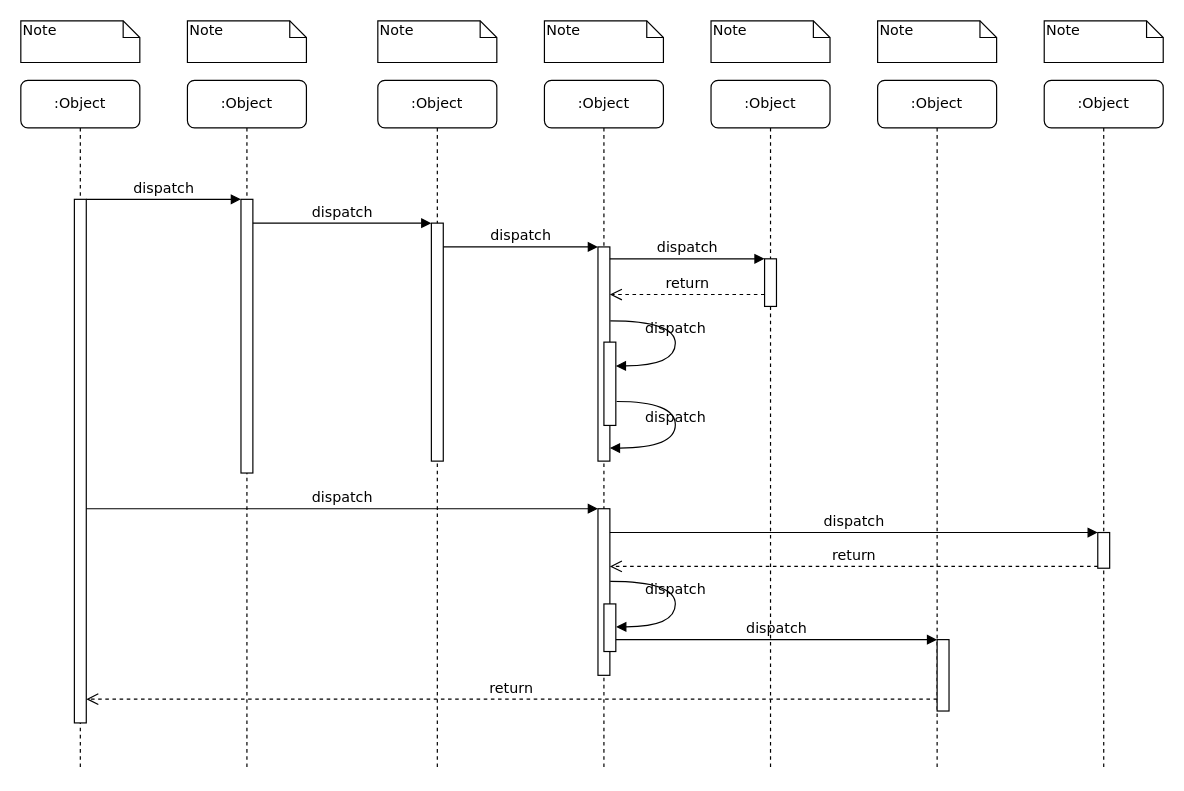
Above: 支付/Untitled Diagram.drawio in xiaoMzjm/drawio (draw.io), before the change. Source tidied: cells renumbered, new cells numbered last; positions are measured from the earlier drawing's top-left corner, leaving out a move shared by most shapes. Both pictures are drawn from the tidied source at 119%, with x=0, y=0 at pixel (20, 20).
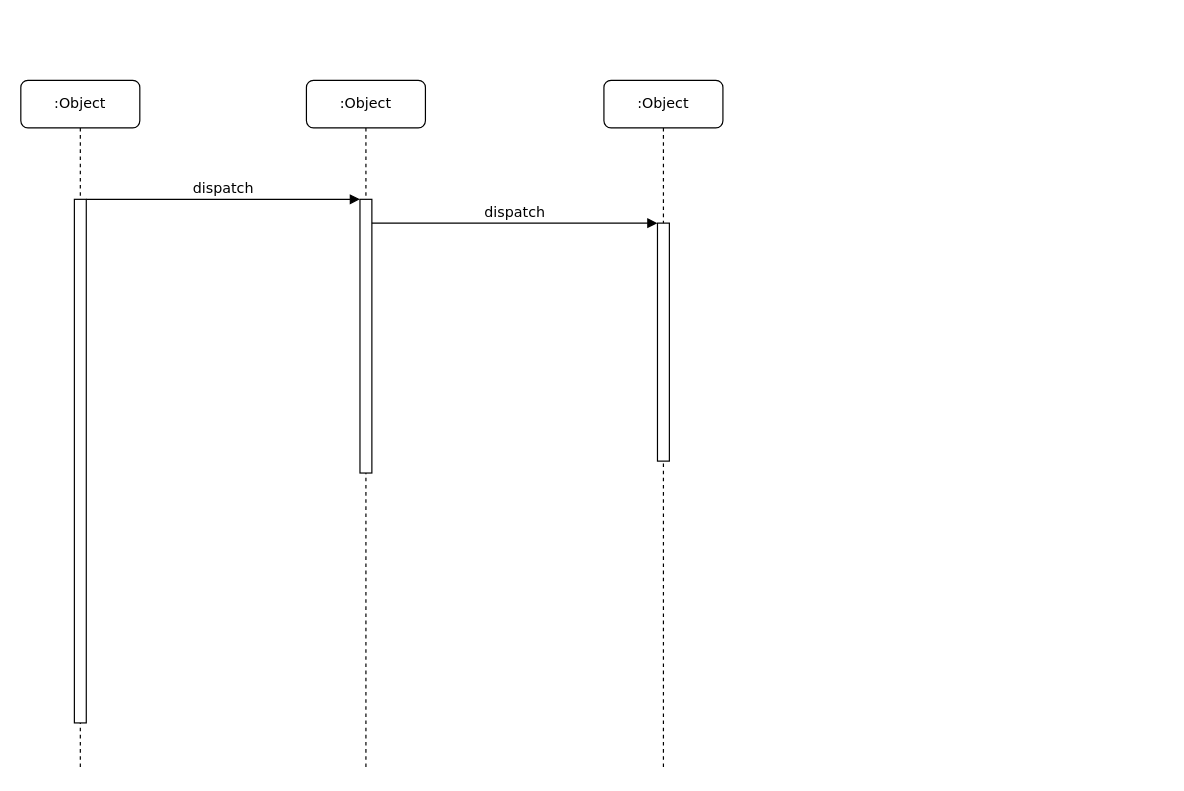
The same page after the edit.

Commit message:
手机支付时序图.drawio

Unchanged cells that the change refers to:
```xml
<mxCell id="5" style="html=1;points=[];perimeter=orthogonalPerimeter;rounded=0;shadow=0;comic=0;labelBackgroundColor=none;strokeWidth=1;fontFamily=Verdana;fontSize=12;align=center;" parent="4" vertex="1">
  <mxGeometry x="45" y="120" width="10" height="200" as="geometry" />
</mxCell>
<mxCell id="11" style="html=1;points=[];perimeter=orthogonalPerimeter;rounded=0;shadow=0;comic=0;labelBackgroundColor=none;strokeWidth=1;fontFamily=Verdana;fontSize=12;align=center;" parent="10" vertex="1">
  <mxGeometry x="45" y="100" width="10" height="440" as="geometry" />
</mxCell>
```

What changed in the source:
```diff
@@
     <mxCell id="2" value=":Object" style="shape=umlLifeline;perimeter=lifelinePerimeter;whiteSpace=wrap;html=1;rounded=1;shadow=0;comic=0;labelBackgroundColor=none;strokeWidth=1;fontFamily=Verdana;fontSize=12;align=center;" parent="1" vertex="1">
-      <mxGeometry x="140" y="50" width="100" height="580" as="geometry" />
+      <mxGeometry x="240" y="50" width="100" height="580" as="geometry" />
     </mxCell>
@@
     <mxCell id="4" value=":Object" style="shape=umlLifeline;perimeter=lifelinePerimeter;whiteSpace=wrap;html=1;rounded=1;shadow=0;comic=0;labelBackgroundColor=none;strokeWidth=1;fontFamily=Verdana;fontSize=12;align=center;" parent="1" vertex="1">
-      <mxGeometry x="300" y="50" width="100" height="580" as="geometry" />
+      <mxGeometry x="490" y="50" width="100" height="580" as="geometry" />
     </mxCell>
@@
-    <mxCell id="6" value=":Object" style="shape=umlLifeline;perimeter=lifelinePerimeter;whiteSpace=wrap;html=1;rounded=1;shadow=0;comic=0;labelBackgroundColor=none;strokeWidth=1;fontFamily=Verdana;fontSize=12;align=center;" parent="1" vertex="1">
-      <mxGeometry x="440" y="50" width="100" height="580" as="geometry" />
-    </mxCell>
-    <mxCell id="7" value=":Object" style="shape=umlLifeline;perimeter=lifelinePerimeter;whiteSpace=wrap;html=1;rounded=1;shadow=0;comic=0;labelBackgroundColor=none;strokeWidth=1;fontFamily=Verdana;fontSize=12;align=center;" parent="1" vertex="1">
-      <mxGeometry x="580" y="50" width="100" height="580" as="geometry" />
-    </mxCell>
-    <mxCell id="8" value=":Object" style="shape=umlLifeline;perimeter=lifelinePerimeter;whiteSpace=wrap;html=1;rounded=1;shadow=0;comic=0;labelBackgroundColor=none;strokeWidth=1;fontFamily=Verdana;fontSize=12;align=center;" parent="1" vertex="1">
-      <mxGeometry x="720" y="50" width="100" height="580" as="geometry" />
-    </mxCell>
-    <mxCell id="9" value=":Object" style="shape=umlLifeline;perimeter=lifelinePerimeter;whiteSpace=wrap;html=1;rounded=1;shadow=0;comic=0;labelBackgroundColor=none;strokeWidth=1;fontFamily=Verdana;fontSize=12;align=center;" parent="1" vertex="1">
-      <mxGeometry x="860" y="50" width="100" height="580" as="geometry" />
-    </mxCell>
@@
-    <mxCell id="12" style="html=1;points=[];perimeter=orthogonalPerimeter;rounded=0;shadow=0;comic=0;labelBackgroundColor=none;strokeWidth=1;fontFamily=Verdana;fontSize=12;align=center;" parent="1" vertex="1">
-      <mxGeometry x="485" y="190" width="10" height="180" as="geometry" />
-    </mxCell>
-    <mxCell id="13" value="dispatch" style="html=1;verticalAlign=bottom;endArrow=block;labelBackgroundColor=none;fontFamily=Verdana;fontSize=12;edgeStyle=elbowEdgeStyle;elbow=vertical;" parent="1" edge="1" source="5" target="12">
-      <mxGeometry relative="1" as="geometry">
-        <Array as="points">
-          <mxPoint x="360" y="190" />
-        </Array>
-      </mxGeometry>
-    </mxCell>
-    <mxCell id="14" style="html=1;points=[];perimeter=orthogonalPerimeter;rounded=0;shadow=0;comic=0;labelBackgroundColor=none;strokeWidth=1;fontFamily=Verdana;fontSize=12;align=center;" parent="1" vertex="1">
-      <mxGeometry x="625" y="200" width="10" height="40" as="geometry" />
-    </mxCell>
-    <mxCell id="15" value="dispatch" style="html=1;verticalAlign=bottom;endArrow=block;entryX=0;entryY=0;labelBackgroundColor=none;fontFamily=Verdana;fontSize=12;edgeStyle=elbowEdgeStyle;elbow=vertical;" parent="1" edge="1" source="12" target="14">
-      <mxGeometry relative="1" as="geometry" />
-    </mxCell>
-    <mxCell id="16" value="return" style="html=1;verticalAlign=bottom;endArrow=open;dashed=1;endSize=8;labelBackgroundColor=none;fontFamily=Verdana;fontSize=12;edgeStyle=elbowEdgeStyle;elbow=vertical;" parent="1" edge="1" source="14" target="12">
-      <mxGeometry relative="1" as="geometry">
-        <Array as="points">
-          <mxPoint x="570" y="230" />
-          <mxPoint x="600" y="230" />
-        </Array>
-      </mxGeometry>
-    </mxCell>
-    <mxCell id="17" style="html=1;points=[];perimeter=orthogonalPerimeter;rounded=0;shadow=0;comic=0;labelBackgroundColor=none;strokeWidth=1;fontFamily=Verdana;fontSize=12;align=center;" parent="1" vertex="1">
-      <mxGeometry x="485" y="410" width="10" height="140" as="geometry" />
-    </mxCell>
-    <mxCell id="18" value="dispatch" style="html=1;verticalAlign=bottom;endArrow=block;entryX=0;entryY=0;labelBackgroundColor=none;fontFamily=Verdana;fontSize=12;" parent="1" edge="1" source="11" target="17">
-      <mxGeometry relative="1" as="geometry" />
-    </mxCell>
-    <mxCell id="19" style="html=1;points=[];perimeter=orthogonalPerimeter;rounded=0;shadow=0;comic=0;labelBackgroundColor=none;strokeColor=#000000;strokeWidth=1;fillColor=#FFFFFF;fontFamily=Verdana;fontSize=12;fontColor=#000000;align=center;" parent="1" vertex="1">
-      <mxGeometry x="905" y="430" width="10" height="30" as="geometry" />
-    </mxCell>
-    <mxCell id="20" value="dispatch" style="html=1;verticalAlign=bottom;endArrow=block;entryX=0;entryY=0;labelBackgroundColor=none;fontFamily=Verdana;fontSize=12;" parent="1" edge="1" source="17" target="19">
-      <mxGeometry relative="1" as="geometry" />
-    </mxCell>
-    <mxCell id="21" value="return" style="html=1;verticalAlign=bottom;endArrow=open;dashed=1;endSize=8;exitX=0;exitY=0.95;labelBackgroundColor=none;fontFamily=Verdana;fontSize=12;" parent="1" edge="1" source="19" target="17">
-      <mxGeometry relative="1" as="geometry" />
-    </mxCell>
-    <mxCell id="22" style="html=1;points=[];perimeter=orthogonalPerimeter;rounded=0;shadow=0;comic=0;labelBackgroundColor=none;strokeWidth=1;fontFamily=Verdana;fontSize=12;align=center;" parent="1" vertex="1">
-      <mxGeometry x="770" y="520" width="10" height="60" as="geometry" />
-    </mxCell>
-    <mxCell id="23" value="dispatch" style="html=1;verticalAlign=bottom;endArrow=block;entryX=0;entryY=0;labelBackgroundColor=none;fontFamily=Verdana;fontSize=12;edgeStyle=elbowEdgeStyle;elbow=vertical;" parent="1" edge="1" source="30" target="22">
-      <mxGeometry relative="1" as="geometry" />
-    </mxCell>
-    <mxCell id="24" value="return" style="html=1;verticalAlign=bottom;endArrow=open;dashed=1;endSize=8;labelBackgroundColor=none;fontFamily=Verdana;fontSize=12;edgeStyle=elbowEdgeStyle;elbow=vertical;" parent="1" edge="1" source="22" target="11">
-      <mxGeometry relative="1" as="geometry">
-        <Array as="points">
-          <mxPoint x="470" y="570" />
-        </Array>
-      </mxGeometry>
-    </mxCell>
@@
-    <mxCell id="27" style="html=1;points=[];perimeter=orthogonalPerimeter;rounded=0;shadow=0;comic=0;labelBackgroundColor=none;strokeWidth=1;fontFamily=Verdana;fontSize=12;align=center;" parent="1" vertex="1">
-      <mxGeometry x="490" y="270" width="10" height="70" as="geometry" />
-    </mxCell>
-    <mxCell id="28" value="dispatch" style="html=1;verticalAlign=bottom;endArrow=block;labelBackgroundColor=none;fontFamily=Verdana;fontSize=12;elbow=vertical;edgeStyle=orthogonalEdgeStyle;curved=1;entryX=1;entryY=0.286;entryPerimeter=0;exitX=1.038;exitY=0.345;exitPerimeter=0;" parent="1" edge="1" source="12" target="27">
-      <mxGeometry relative="1" as="geometry">
-        <Array as="points">
-          <mxPoint x="550" y="252" />
-          <mxPoint x="550" y="290" />
-        </Array>
-      </mxGeometry>
-    </mxCell>
-    <mxCell id="29" value="dispatch" style="html=1;verticalAlign=bottom;endArrow=block;labelBackgroundColor=none;fontFamily=Verdana;fontSize=12;elbow=vertical;edgeStyle=orthogonalEdgeStyle;curved=1;exitX=1.066;exitY=0.713;exitPerimeter=0;" parent="1" edge="1" source="27">
-      <mxGeometry relative="1" as="geometry">
-        <mxPoint x="495" y="359" as="targetPoint" />
-        <Array as="points">
-          <mxPoint x="550" y="320" />
-          <mxPoint x="550" y="359" />
-        </Array>
-      </mxGeometry>
-    </mxCell>
-    <mxCell id="30" style="html=1;points=[];perimeter=orthogonalPerimeter;rounded=0;shadow=0;comic=0;labelBackgroundColor=none;strokeWidth=1;fontFamily=Verdana;fontSize=12;align=center;" parent="1" vertex="1">
-      <mxGeometry x="490" y="490" width="10" height="40" as="geometry" />
-    </mxCell>
-    <mxCell id="31" value="dispatch" style="html=1;verticalAlign=bottom;endArrow=block;labelBackgroundColor=none;fontFamily=Verdana;fontSize=12;elbow=vertical;edgeStyle=orthogonalEdgeStyle;curved=1;entryX=1;entryY=0.286;entryPerimeter=0;exitX=1.038;exitY=0.345;exitPerimeter=0;" parent="1" edge="1">
-      <mxGeometry relative="1" as="geometry">
-        <mxPoint x="495.3" y="471" as="sourcePoint" />
-        <mxPoint x="500.3" y="509.3" as="targetPoint" />
-        <Array as="points">
-          <mxPoint x="550" y="471" />
-          <mxPoint x="550" y="509" />
-        </Array>
-      </mxGeometry>
-    </mxCell>
-    <mxCell id="32" value="Note" style="shape=note;whiteSpace=wrap;html=1;size=14;verticalAlign=top;align=left;spacingTop=-6;rounded=0;shadow=0;comic=0;labelBackgroundColor=none;strokeWidth=1;fontFamily=Verdana;fontSize=12;" parent="1" vertex="1">
-      <mxGeometry width="100" height="35" as="geometry" />
-    </mxCell>
-    <mxCell id="33" value="Note" style="shape=note;whiteSpace=wrap;html=1;size=14;verticalAlign=top;align=left;spacingTop=-6;rounded=0;shadow=0;comic=0;labelBackgroundColor=none;strokeWidth=1;fontFamily=Verdana;fontSize=12;" parent="1" vertex="1">
-      <mxGeometry x="140" width="100" height="35" as="geometry" />
-    </mxCell>
-    <mxCell id="34" value="Note" style="shape=note;whiteSpace=wrap;html=1;size=14;verticalAlign=top;align=left;spacingTop=-6;rounded=0;shadow=0;comic=0;labelBackgroundColor=none;strokeWidth=1;fontFamily=Verdana;fontSize=12;" parent="1" vertex="1">
-      <mxGeometry x="300" width="100" height="35" as="geometry" />
-    </mxCell>
-    <mxCell id="35" value="Note" style="shape=note;whiteSpace=wrap;html=1;size=14;verticalAlign=top;align=left;spacingTop=-6;rounded=0;shadow=0;comic=0;labelBackgroundColor=none;strokeWidth=1;fontFamily=Verdana;fontSize=12;" parent="1" vertex="1">
-      <mxGeometry x="440" width="100" height="35" as="geometry" />
-    </mxCell>
-    <mxCell id="36" value="Note" style="shape=note;whiteSpace=wrap;html=1;size=14;verticalAlign=top;align=left;spacingTop=-6;rounded=0;shadow=0;comic=0;labelBackgroundColor=none;strokeWidth=1;fontFamily=Verdana;fontSize=12;" parent="1" vertex="1">
-      <mxGeometry x="580" width="100" height="35" as="geometry" />
-    </mxCell>
-    <mxCell id="37" value="Note" style="shape=note;whiteSpace=wrap;html=1;size=14;verticalAlign=top;align=left;spacingTop=-6;rounded=0;shadow=0;comic=0;labelBackgroundColor=none;strokeWidth=1;fontFamily=Verdana;fontSize=12;" parent="1" vertex="1">
-      <mxGeometry x="720" width="100" height="35" as="geometry" />
-    </mxCell>
-    <mxCell id="38" value="Note" style="shape=note;whiteSpace=wrap;html=1;size=14;verticalAlign=top;align=left;spacingTop=-6;rounded=0;shadow=0;comic=0;labelBackgroundColor=none;strokeWidth=1;fontFamily=Verdana;fontSize=12;" parent="1" vertex="1">
-      <mxGeometry x="860" width="100" height="35" as="geometry" />
-    </mxCell>
```
